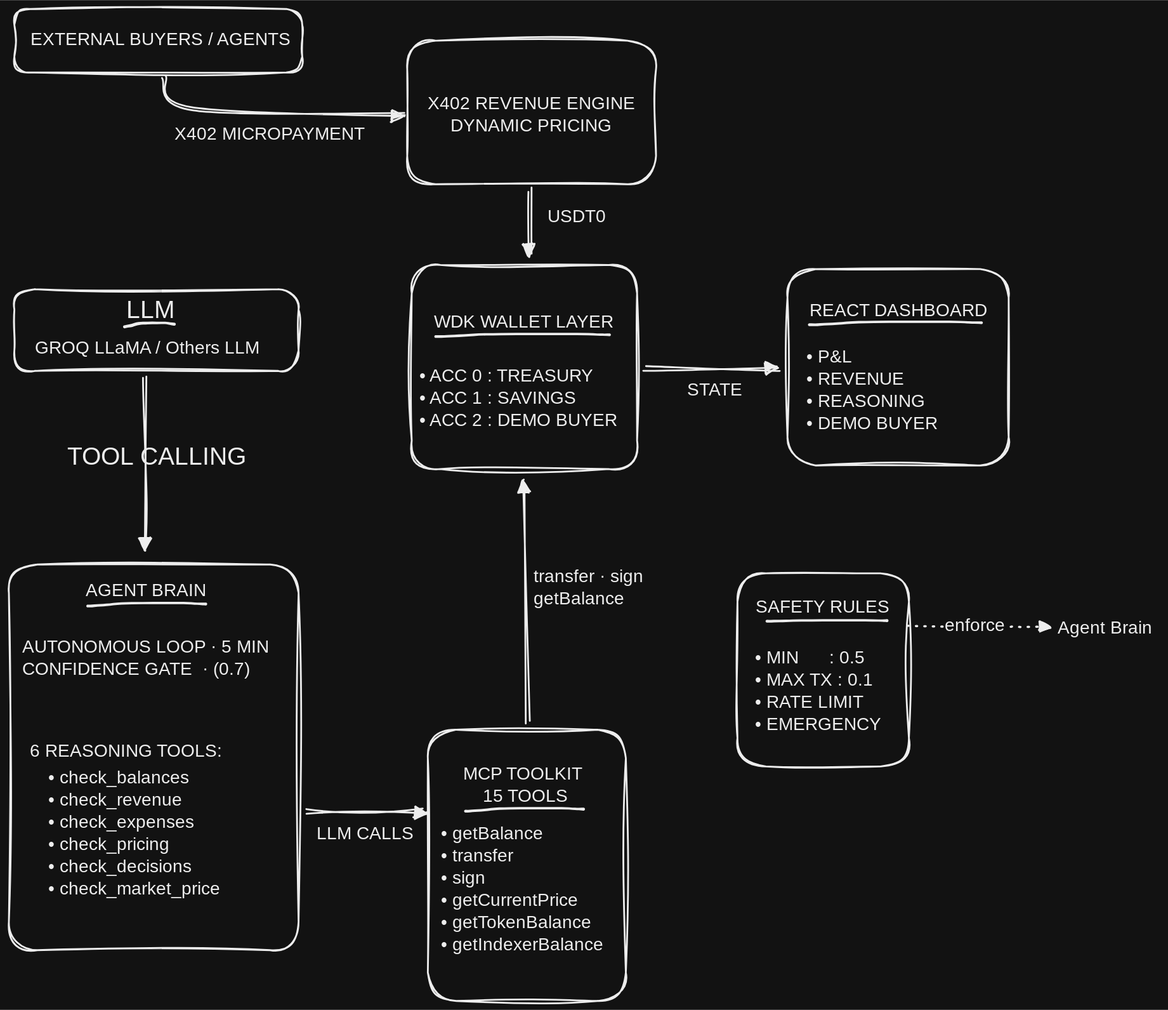
jordi-stack/Agora keeps this Excalidraw diagram as assets/architecture.svg. Above is the earlier version. Source tidied: one line per element, renumbered; positions are measured from the earlier drawing's top-left corner, leaving out a move shared by most shapes.
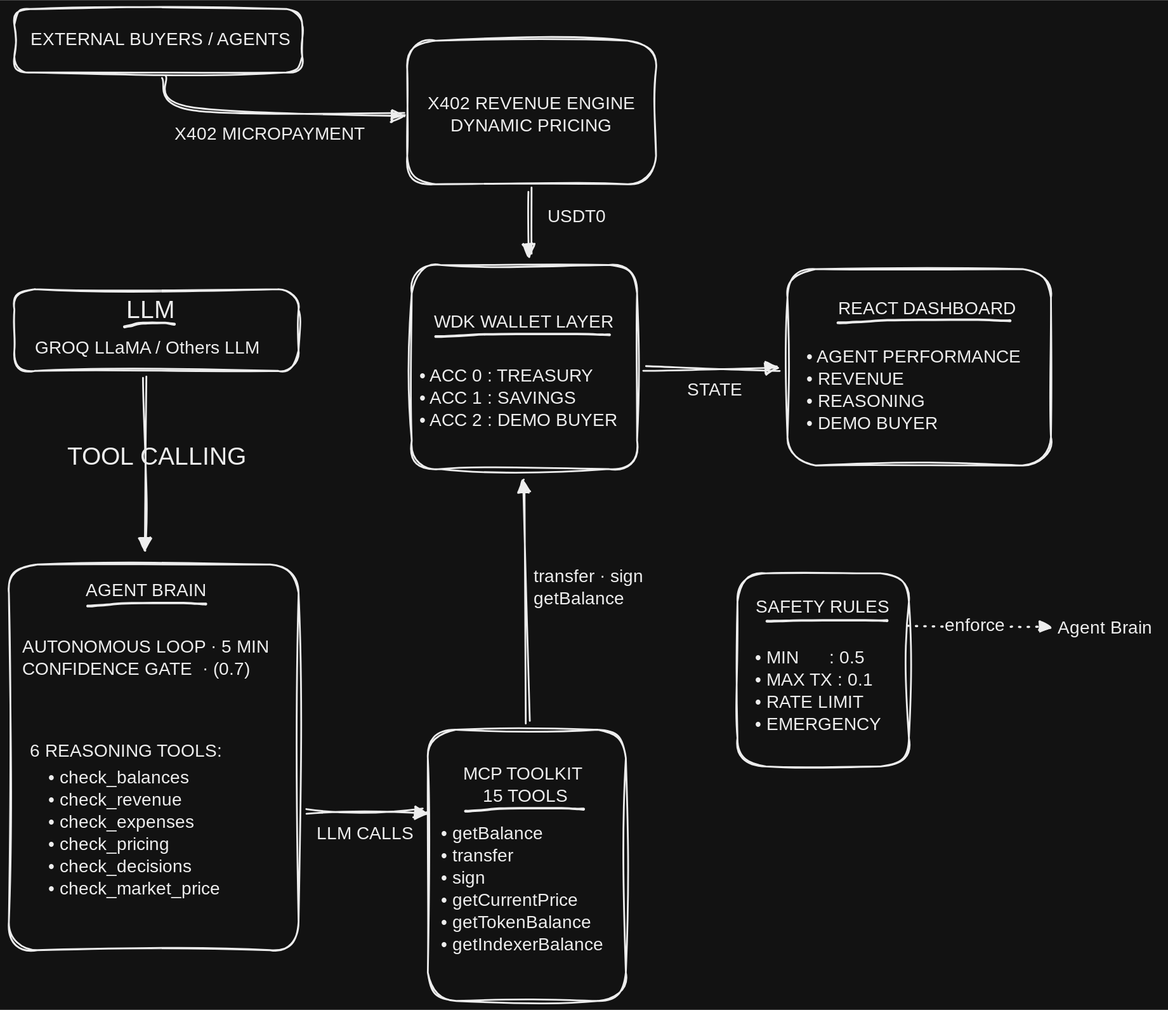
Later version of the same file.

Commit message:
Update Landing component table descriptions for clarity

What changed in the source:
```diff
@@ -3,7 +3,7 @@
 {"id": 2, "type": "rectangle", "strokeColor": "#000", "strokeWidth": 2, "roughness": 2, "round": true, "x": 454, "y": 288, "width": 254, "height": 230}
 {"id": 3, "type": "rectangle", "strokeColor": "#000", "strokeWidth": 2, "roughness": 2, "round": true, "x": 0, "y": 625, "width": 326, "height": 434}
 {"id": 4, "type": "rectangle", "strokeColor": "#000", "strokeWidth": 2, "roughness": 2, "round": true, "x": 472, "y": 811, "width": 223, "height": 305}
-{"id": 5, "type": "rectangle", "strokeColor": "#000", "strokeWidth": 2, "roughness": 2, "round": true, "x": 877, "y": 293, "width": 249, "height": 221}
+{"id": 5, "type": "rectangle", "strokeColor": "#000", "strokeWidth": 2, "roughness": 2, "round": true, "x": 877, "y": 293, "width": 297, "height": 221}
 {"id": 6, "type": "text", "text": "EXTERNAL BUYERS / AGENTS", "strokeColor": "#000", "strokeWidth": 2, "roughness": 2, "fontSize": 20, "fontFamily": 5, "textAlign": "center", "x": 15, "y": 23, "width": 311, "height": 25}
 {"id": 7, "type": "text", "text": "X402 MICROPAYMENT", "strokeColor": "#000", "strokeWidth": 2, "roughness": 2, "fontSize": 20, "fontFamily": 5, "textAlign": "center", "x": 181, "y": 129, "width": 224, "height": 25}
 {"id": 8, "type": "text", "text": "X402 REVENUE ENGINE\nDYNAMIC PRICING", "strokeColor": "#000", "strokeWidth": 2, "roughness": 2, "fontSize": 20, "fontFamily": 5, "textAlign": "center", "x": 466, "y": 95, "width": 244, "height": 50}
@@ -11,8 +11,8 @@
 {"id": 10, "type": "text", "text": "USDT0", "strokeColor": "#000", "strokeWidth": 2, "roughness": 2, "fontSize": 20, "fontFamily": 5, "textAlign": "center", "x": 603, "y": 222, "width": 73, "height": 25}
 {"id": 11, "type": "arrow", "strokeColor": "#000", "strokeWidth": 2, "roughness": 2, "endArrowhead": "triangle", "round": true, "x": 717, "y": 404, "width": 151, "height": 1, "points": [[0, 0], [151, 1]]}
 {"id": 12, "type": "text", "text": "STATE", "strokeColor": "#000", "strokeWidth": 2, "roughness": 2, "fontSize": 20, "fontFamily": 5, "textAlign": "center", "x": 759, "y": 418, "width": 71, "height": 25}
-{"id": 13, "type": "text", "text": "REACT DASHBOARD", "strokeColor": "#000", "strokeWidth": 2, "roughness": 2, "fontSize": 20, "fontFamily": 5, "textAlign": "center", "x": 898, "y": 328, "width": 206, "height": 25}
+{"id": 13, "type": "text", "text": "REACT DASHBOARD", "strokeColor": "#000", "strokeWidth": 2, "roughness": 2, "fontSize": 20, "fontFamily": 5, "textAlign": "center", "x": 930, "y": 326, "width": 206, "height": 25}
-{"id": 14, "type": "text", "text": "• P&L\n• REVENUE\n• REASONING\n• DEMO BUYER", "strokeColor": "#000", "strokeWidth": 2, "roughness": 2, "fontSize": 20, "fontFamily": 5, "x": 898, "y": 380, "width": 157, "height": 100}
+{"id": 14, "type": "text", "text": "• AGENT PERFORMANCE\n• REVENUE\n• REASONING\n• DEMO BUYER", "strokeColor": "#000", "strokeWidth": 2, "roughness": 2, "fontSize": 20, "fontFamily": 5, "x": 898, "y": 380, "width": 253, "height": 100}
 {"id": 15, "type": "text", "text": "WDK WALLET LAYER", "strokeColor": "#000", "strokeWidth": 2, "roughness": 2, "fontSize": 20, "fontFamily": 5, "x": 479, "y": 341, "width": 204, "height": 25}
 {"id": 16, "type": "text", "text": "• ACC 0 : TREASURY\n• ACC 1 : SAVINGS\n• ACC 2 : DEMO BUYER", "strokeColor": "#000", "strokeWidth": 2, "roughness": 2, "fontSize": 20, "fontFamily": 5, "x": 462, "y": 402, "width": 239, "height": 75}
 {"id": 17, "type": "text", "text": "LLM", "strokeColor": "#000", "strokeWidth": 2, "roughness": 2, "fontSize": 28, "fontFamily": 5, "x": 132, "y": 323, "width": 74, "height": 35}
@@ -33,7 +33,7 @@
 {"id": 32, "type": "line", "strokeColor": "#000", "strokeWidth": 2, "strokeStyle": "dotted", "roughness": 2, "round": true, "x": 1011, "y": 695, "width": 43, "height": 1, "points": [[0, 0], [43, 1]]}
 {"id": 33, "type": "arrow", "strokeColor": "#000", "strokeWidth": 2, "strokeStyle": "dotted", "roughness": 2, "endArrowhead": "triangle", "x": 1127, "y": 693, "width": 45, "height": 3, "points": [[0, 0], [20, 3], [45, 2]]}
 {"id": 34, "type": "text", "text": "Agent Brain", "strokeColor": "#000", "strokeWidth": 2, "strokeStyle": "dotted", "roughness": 2, "fontSize": 20, "fontFamily": 5, "x": 1181, "y": 685, "width": 115, "height": 25}
-{"id": 35, "type": "freedraw", "strokeColor": "#000", "strokeWidth": 1, "strokeStyle": "dotted", "roughness": 2, "x": 901, "y": 355, "width": 194, "height": 3, "points": [[0, 0], [2, 0], [7, 0], [12, 0], [22, -1], [33, -1], [44, -2], [57, -3], [75, -3], [95, -3], [112, -3], [130, -3], [148, -3], [162, -3], [175, -3], [185, -2], [189, -2], [193, -2], [194, -2], [194, -2]]}
+{"id": 35, "type": "freedraw", "strokeColor": "#000", "strokeWidth": 1, "strokeStyle": "dotted", "roughness": 2, "x": 933, "y": 353, "width": 194, "height": 3, "points": [[0, 0], [2, 0], [7, 0], [12, 0], [22, -1], [33, -1], [44, -2], [57, -3], [75, -3], [95, -3], [112, -3], [130, -3], [148, -3], [162, -3], [175, -3], [185, -2], [189, -2], [193, -2], [194, -2], [194, -2]]}
 {"id": 36, "type": "freedraw", "strokeColor": "#000", "strokeWidth": 1, "strokeStyle": "dotted", "roughness": 2, "x": 854, "y": 691, "width": 135, "height": 1, "points": [[0, -2], [2, -2], [5, -2], [9, -2], [15, -3], [23, -3], [31, -3], [40, -3], [52, -3], [66, -3], [78, -3], [91, -3], [104, -3], [113, -3], [122, -3], [129, -3], [132, -3], [134, -3], [135, -3], [135, -3]]}
 {"id": 37, "type": "freedraw", "strokeColor": "#000", "strokeWidth": 1, "strokeStyle": "dotted", "roughness": 2, "x": 514, "y": 903, "width": 133, "height": 3, "points": [[0, 0], [2, 0], [5, 0], [9, 0], [15, -1], [23, -1], [30, -2], [39, -3], [51, -3], [65, -3], [77, -3], [89, -3], [102, -3], [111, -3], [120, -3], [127, -2], [130, -2], [132, -2], [133, -2], [133, -2]]}
 {"id": 38, "type": "freedraw", "strokeColor": "#000", "strokeWidth": 1, "strokeStyle": "dotted", "roughness": 2, "x": 89, "y": 672, "width": 133, "height": 3, "points": [[0, 0], [2, 0], [5, 0], [9, 0], [15, -1], [23, -1], [30, -2], [39, -3], [51, -3], [65, -3], [77, -3], [89, -3], [102, -3], [111, -3], [120, -3], [127, -2], [130, -2], [132, -2], [133, -2], [133, -2]]}
```
